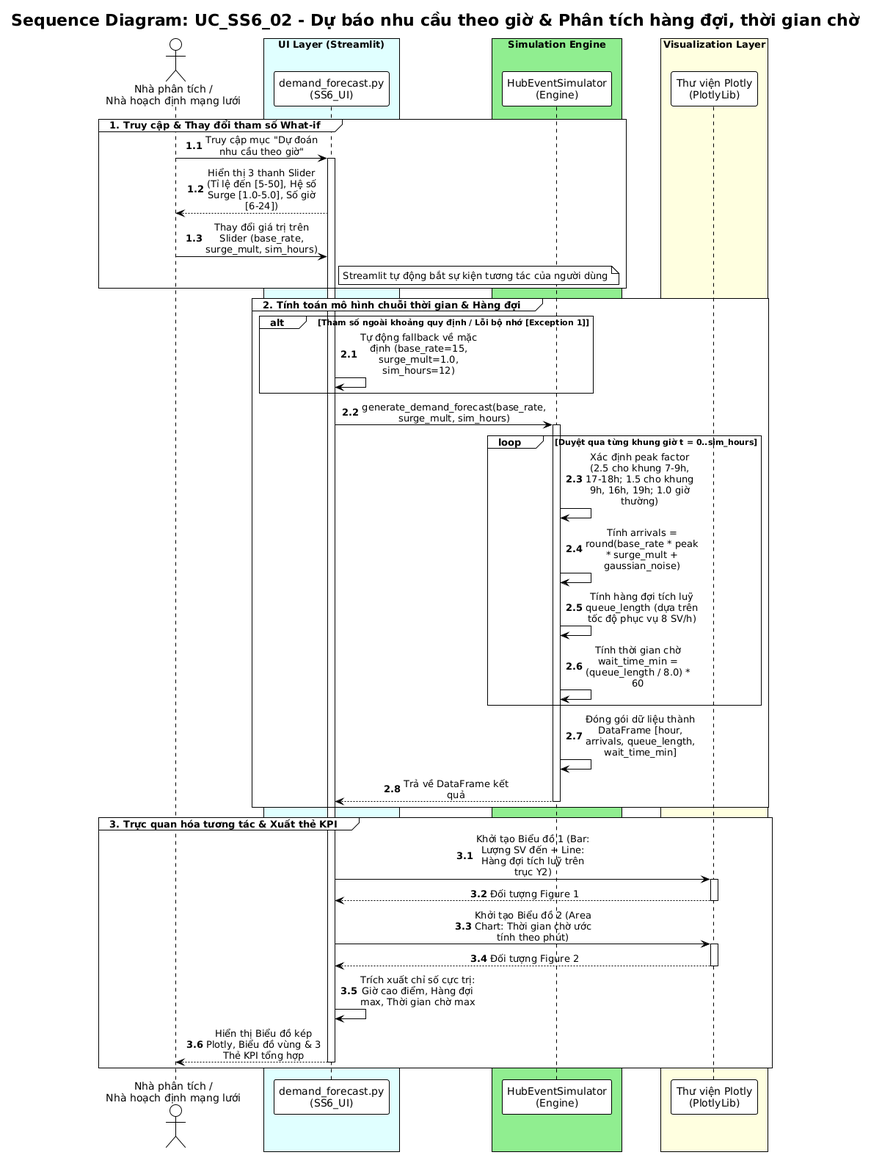
The PlantUML diagram docs/diagrams/Use-case detail-scenario/SS6/Sequence diagrams/UC_SS6_02_HoangVanTan_sequence.png in Dat-nguyen195/BTL_1_CNPM, before a commit.
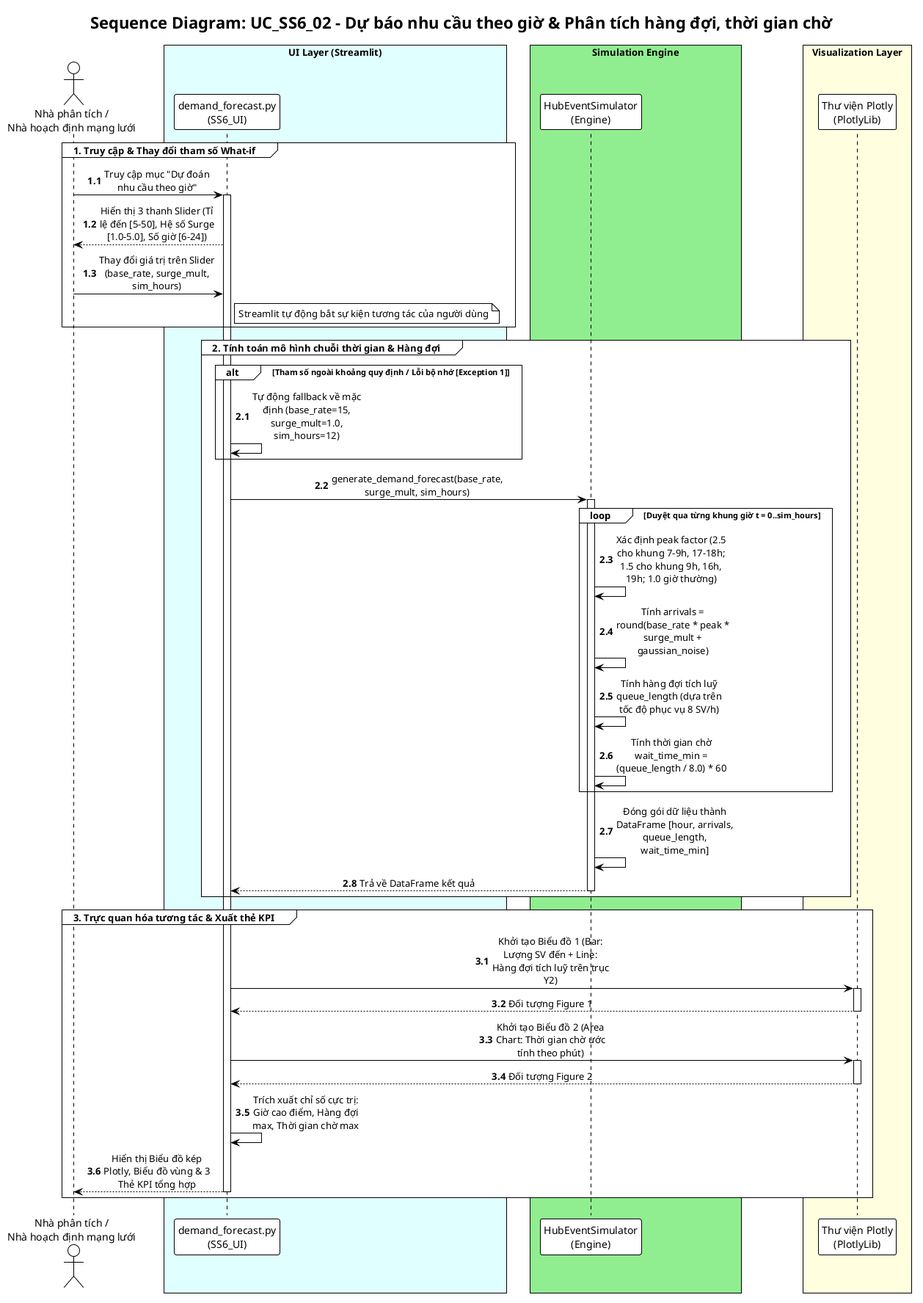
The same file after the commit.

What changed in the source:
```diff
@@ -1,4 +1,5 @@
-@startuml
+@startuml UC_SS6_02_HoangVanTan_sequence
+!pragma layout smetana
 !theme plain
 skinparam sequenceMessageAlign center
 skinparam maxMessageSize 160
@@ -64,4 +65,5 @@
     UI --> Analyst: Hiển thị Biểu đồ kép Plotly, Biểu đồ vùng & 3 Thẻ KPI tổng hợp
     deactivate UI
 end
+
 @enduml
```
